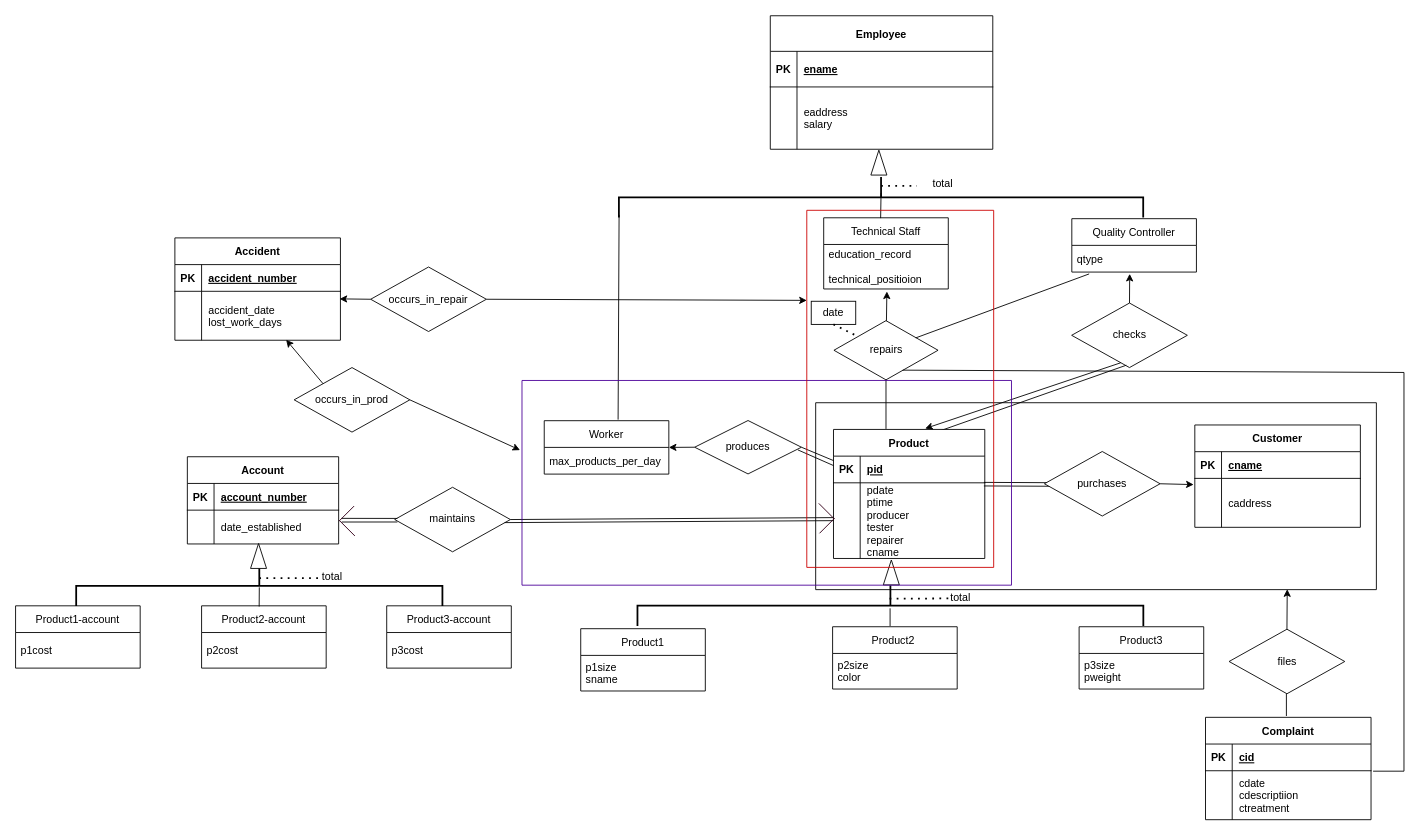
Above: Untitled Diagram.drawio in starrycode/ER-Diagrams (draw.io), before the change. Source tidied: cells renumbered, new cells numbered last; positions are measured from the earlier drawing's top-left corner, leaving out a move shared by most shapes. Both pictures are drawn from the tidied source at 89%, with x=0, y=0 at pixel (15, -65).
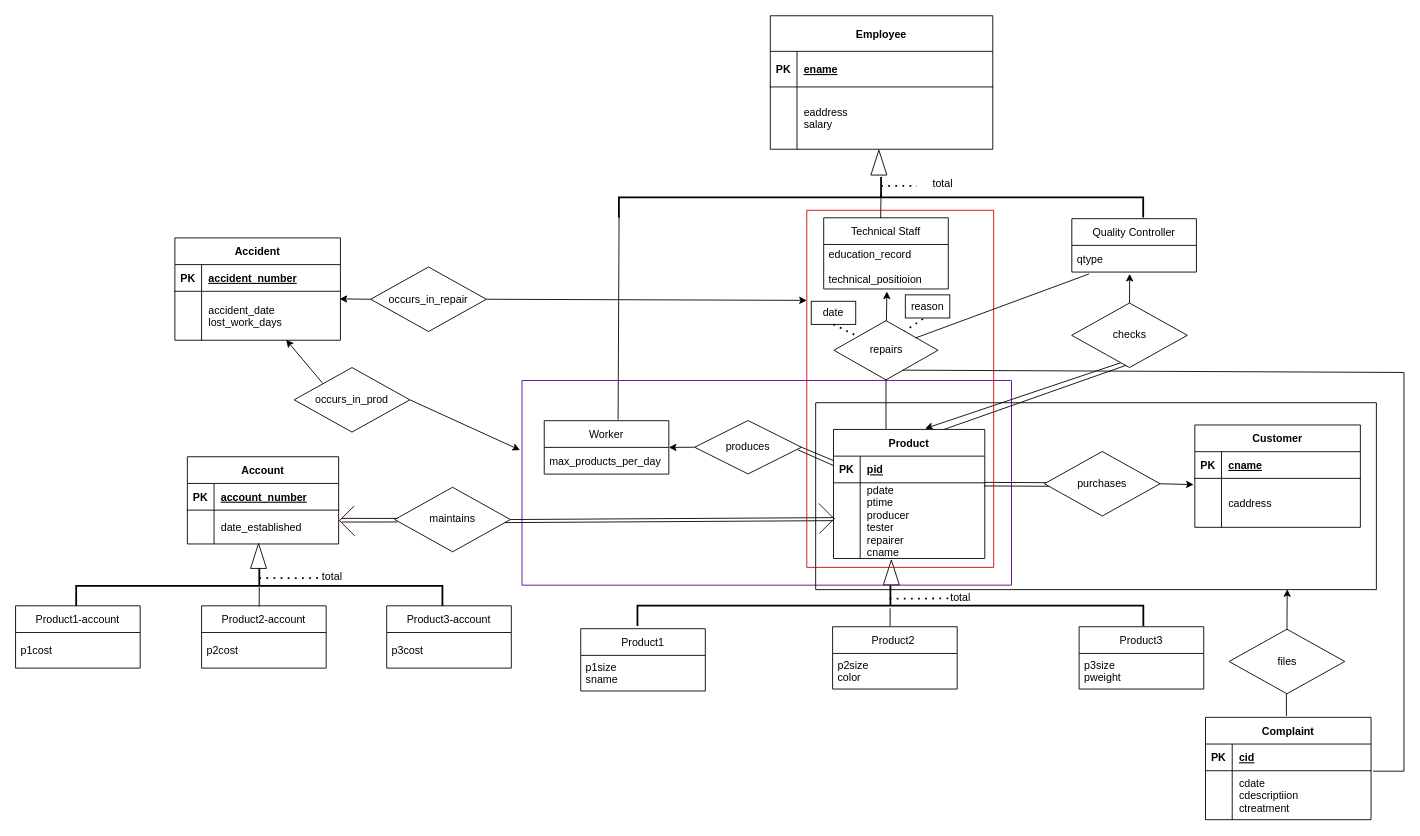
Above is the later version.

Unchanged cells that the change refers to:
```xml
<mxCell id="107" style="swimlane;startSize=0;strokeColor=#CC0000;" parent="1" vertex="1">
  <mxGeometry x="889" y="308.8" width="210" height="401.2" as="geometry" />
</mxCell>
```

Diff of the diagram source:
```diff
@@
+    <mxCell id="116" value="reason" style="rounded=0;whiteSpace=wrap;html=1;fillColor=None;" parent="107" vertex="1">
+      <mxGeometry x="110.7" y="95" width="50" height="26" as="geometry" />
+    </mxCell>
@@
+    <mxCell id="117" style="endArrow=none;dashed=1;html=1;dashPattern=1 3;strokeWidth=2;rounded=0;exitX=0.395;exitY=1.042;exitDx=0;exitDy=0;exitPerimeter=0;entryX=0.681;entryY=0.176;entryDx=0;entryDy=0;entryPerimeter=0;" parent="1" edge="1">
+      <mxGeometry relative="1" as="geometry">
+        <mxPoint x="1019.5" y="430.8" as="sourcePoint" />
+        <mxPoint x="999.2" y="444.5" as="targetPoint" />
+      </mxGeometry>
+    </mxCell>
```
